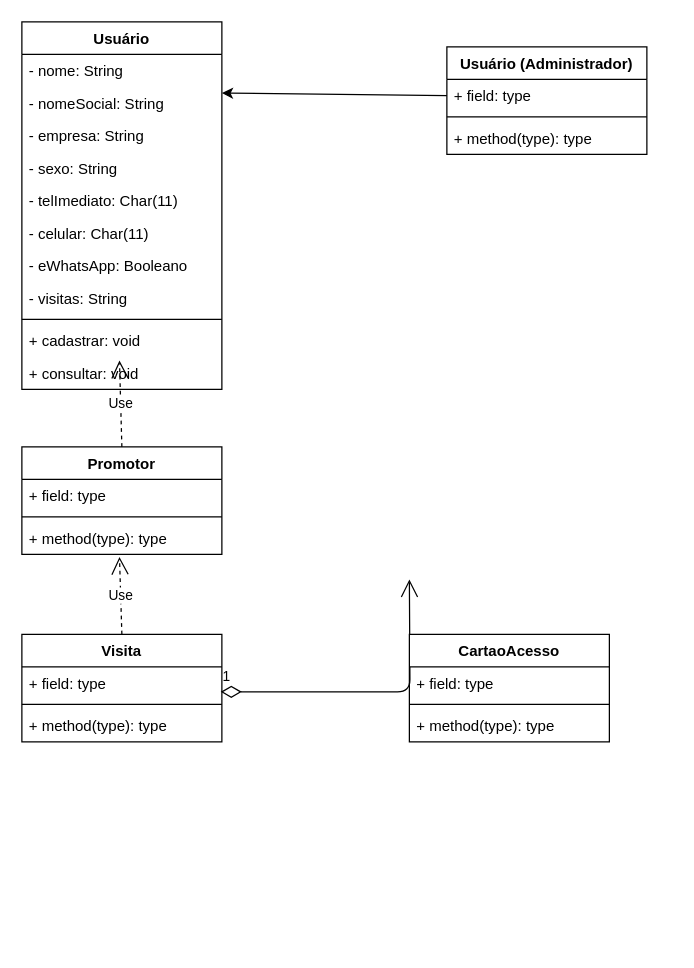
Earlier version of the draw.io diagram Untitled Diagram.drawio (rafaelrodrigopa/developer-roadmap). Source tidied: cells renumbered, new cells numbered last; positions are measured from the earlier drawing's top-left corner, leaving out a move shared by most shapes. Both pictures are drawn from the tidied source at 125%, with x=0, y=0 at pixel (21, 21).
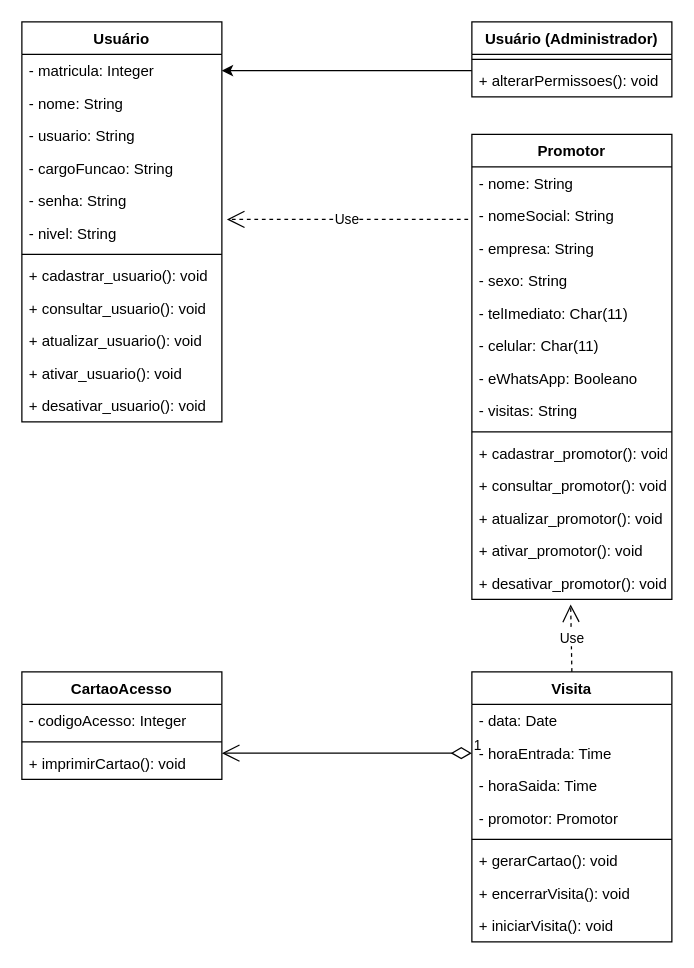
The same diagram, later.

The edit, as a diff of the source:
```diff
@@
     <mxCell id="2" value="Usuário" style="swimlane;fontStyle=1;align=center;verticalAlign=top;horizontal=1;startSize=26;" parent="1" vertex="1">
-      <mxGeometry width="160" height="294" as="geometry" />
+      <mxGeometry width="160" height="320" as="geometry" />
     </mxCell>
-    <mxCell id="3" value="- nome: String" style="text;strokeColor=none;fillColor=none;align=left;verticalAlign=top;spacingLeft=4;spacingRight=4;overflow=hidden;points=[[0,0.5],[1,0.5]];portConstraint=eastwest;" parent="2" vertex="1">
+    <mxCell id="3" value="- matricula: Integer" style="text;strokeColor=none;fillColor=none;align=left;verticalAlign=top;spacingLeft=4;spacingRight=4;overflow=hidden;points=[[0,0.5],[1,0.5]];portConstraint=eastwest;" parent="2" vertex="1">
       <mxGeometry y="26" width="160" height="26" as="geometry" />
     </mxCell>
-    <mxCell id="4" value="- nomeSocial: String" style="text;strokeColor=none;fillColor=none;align=left;verticalAlign=top;spacingLeft=4;spacingRight=4;overflow=hidden;points=[[0,0.5],[1,0.5]];portConstraint=eastwest;" parent="2" vertex="1">
+    <mxCell id="4" value="- nome: String" style="text;strokeColor=none;fillColor=none;align=left;verticalAlign=top;spacingLeft=4;spacingRight=4;overflow=hidden;points=[[0,0.5],[1,0.5]];portConstraint=eastwest;" parent="2" vertex="1">
       <mxGeometry y="52" width="160" height="26" as="geometry" />
     </mxCell>
-    <mxCell id="5" value="- empresa: String" style="text;strokeColor=none;fillColor=none;align=left;verticalAlign=top;spacingLeft=4;spacingRight=4;overflow=hidden;" parent="2" vertex="1">
+    <mxCell id="5" value="- usuario: String" style="text;strokeColor=none;fillColor=none;align=left;verticalAlign=top;spacingLeft=4;spacingRight=4;overflow=hidden;" parent="2" vertex="1">
       <mxGeometry y="78" width="160" height="26" as="geometry" />
     </mxCell>
-    <mxCell id="6" value="- sexo: String" style="text;strokeColor=none;fillColor=none;align=left;verticalAlign=top;spacingLeft=4;spacingRight=4;overflow=hidden;" parent="2" vertex="1">
+    <mxCell id="6" value="- cargoFuncao: String" style="text;strokeColor=none;fillColor=none;align=left;verticalAlign=top;spacingLeft=4;spacingRight=4;overflow=hidden;" parent="2" vertex="1">
       <mxGeometry y="104" width="160" height="26" as="geometry" />
     </mxCell>
-    <mxCell id="7" value="- telImediato: Char(11)" style="text;strokeColor=none;fillColor=none;align=left;verticalAlign=top;spacingLeft=4;spacingRight=4;overflow=hidden;" parent="2" vertex="1">
+    <mxCell id="7" value="- senha: String" style="text;strokeColor=none;fillColor=none;align=left;verticalAlign=top;spacingLeft=4;spacingRight=4;overflow=hidden;" parent="2" vertex="1">
       <mxGeometry y="130" width="160" height="26" as="geometry" />
     </mxCell>
-    <mxCell id="8" value="- celular: Char(11)" style="text;strokeColor=none;fillColor=none;align=left;verticalAlign=top;spacingLeft=4;spacingRight=4;overflow=hidden;points=[[0,0.5],[1,0.5]];portConstraint=eastwest;" parent="2" vertex="1">
+    <mxCell id="8" value="- nivel: String" style="text;strokeColor=none;fillColor=none;align=left;verticalAlign=top;spacingLeft=4;spacingRight=4;overflow=hidden;points=[[0,0.5],[1,0.5]];portConstraint=eastwest;" parent="2" vertex="1">
       <mxGeometry y="156" width="160" height="26" as="geometry" />
     </mxCell>
-    <mxCell id="9" value="- eWhatsApp: Booleano" style="text;strokeColor=none;fillColor=none;align=left;verticalAlign=top;spacingLeft=4;spacingRight=4;overflow=hidden;" parent="2" vertex="1">
-      <mxGeometry y="182" width="160" height="26" as="geometry" />
-    </mxCell>
-    <mxCell id="10" value="- visitas: String" style="text;strokeColor=none;fillColor=none;align=left;verticalAlign=top;spacingLeft=4;spacingRight=4;overflow=hidden;" parent="2" vertex="1">
-      <mxGeometry y="208" width="160" height="26" as="geometry" />
-    </mxCell>
     <mxCell id="11" style="line;strokeWidth=1;fillColor=none;align=left;verticalAlign=middle;spacingTop=-1;spacingLeft=3;spacingRight=3;labelPosition=right;" parent="2" vertex="1">
-      <mxGeometry y="234" width="160" height="8" as="geometry" />
+      <mxGeometry y="182" width="160" height="8" as="geometry" />
     </mxCell>
-    <mxCell id="12" value="+ cadastrar: void" style="text;strokeColor=none;fillColor=none;align=left;verticalAlign=top;spacingLeft=4;spacingRight=4;overflow=hidden;points=[[0,0.5],[1,0.5]];portConstraint=eastwest;" parent="2" vertex="1">
-      <mxGeometry y="242" width="160" height="26" as="geometry" />
+    <mxCell id="12" value="+ cadastrar_usuario(): void" style="text;strokeColor=none;fillColor=none;align=left;verticalAlign=top;spacingLeft=4;spacingRight=4;overflow=hidden;points=[[0,0.5],[1,0.5]];portConstraint=eastwest;" parent="2" vertex="1">
+      <mxGeometry y="190" width="160" height="26" as="geometry" />
     </mxCell>
-    <mxCell id="13" value="+ consultar: void" style="text;strokeColor=none;fillColor=none;align=left;verticalAlign=top;spacingLeft=4;spacingRight=4;overflow=hidden;" parent="2" vertex="1">
-      <mxGeometry y="268" width="160" height="26" as="geometry" />
+    <mxCell id="13" value="+ consultar_usuario(): void" style="text;strokeColor=none;fillColor=none;align=left;verticalAlign=top;spacingLeft=4;spacingRight=4;overflow=hidden;" parent="2" vertex="1">
+      <mxGeometry y="216" width="160" height="26" as="geometry" />
     </mxCell>
+    <mxCell id="34" value="+ atualizar_usuario(): void" style="text;strokeColor=none;fillColor=none;align=left;verticalAlign=top;spacingLeft=4;spacingRight=4;overflow=hidden;" parent="2" vertex="1">
+      <mxGeometry y="242" width="160" height="26" as="geometry" />
+    </mxCell>
+    <mxCell id="35" value="+ ativar_usuario(): void" style="text;strokeColor=none;fillColor=none;align=left;verticalAlign=top;spacingLeft=4;spacingRight=4;overflow=hidden;" parent="2" vertex="1">
+      <mxGeometry y="268" width="160" height="26" as="geometry" />
+    </mxCell>
+    <mxCell id="36" value="+ desativar_usuario(): void" style="text;strokeColor=none;fillColor=none;align=left;verticalAlign=top;spacingLeft=4;spacingRight=4;overflow=hidden;" parent="2" vertex="1">
+      <mxGeometry y="294" width="160" height="26" as="geometry" />
+    </mxCell>
-    <mxCell id="14" style="endArrow=classic;html=1;entryX=1;entryY=0.192;entryDx=0;entryDy=0;entryPerimeter=0;exitX=0;exitY=0.5;exitDx=0;exitDy=0;" parent="1" edge="1" source="16" target="4">
-      <mxGeometry relative="1" as="geometry" />
+    <mxCell id="14" style="endArrow=classic;html=1;entryX=1;entryY=0.5;entryDx=0;entryDy=0;exitX=0;exitY=0.5;exitDx=0;exitDy=0;" parent="1" edge="1" target="3">
+      <mxGeometry relative="1" as="geometry">
+        <mxPoint x="360" y="39" as="sourcePoint" />
+      </mxGeometry>
     </mxCell>
-    <mxCell id="15" value="Usuário (Administrador)" style="swimlane;fontStyle=1;align=center;verticalAlign=top;horizontal=1;startSize=26;" parent="1" vertex="1">
-      <mxGeometry x="340" y="20" width="160" height="86" as="geometry" />
-    </mxCell>
-    <mxCell id="16" value="+ field: type" style="text;strokeColor=none;fillColor=none;align=left;verticalAlign=top;spacingLeft=4;spacingRight=4;overflow=hidden;points=[[0,0.5],[1,0.5]];portConstraint=eastwest;" parent="15" vertex="1">
-      <mxGeometry y="26" width="160" height="26" as="geometry" />
-    </mxCell>
-    <mxCell id="17" style="line;strokeWidth=1;fillColor=none;align=left;verticalAlign=middle;spacingTop=-1;spacingLeft=3;spacingRight=3;labelPosition=right;" parent="15" vertex="1">
-      <mxGeometry y="52" width="160" height="8" as="geometry" />
-    </mxCell>
-    <mxCell id="18" value="+ method(type): type" style="text;strokeColor=none;fillColor=none;align=left;verticalAlign=top;spacingLeft=4;spacingRight=4;overflow=hidden;" parent="15" vertex="1">
-      <mxGeometry y="60" width="160" height="26" as="geometry" />
-    </mxCell>
-    <mxCell id="19" value="Use" style="endArrow=open;endSize=12;dashed=1;html=1;entryX=0.488;entryY=1.115;entryDx=0;entryDy=0;entryPerimeter=0;exitX=0.5;exitY=0;exitDx=0;exitDy=0;" parent="1" edge="1" source="30" target="12">
-      <mxGeometry relative="1" as="geometry" />
+    <mxCell id="19" value="Use" style="endArrow=open;endSize=12;dashed=1;html=1;entryX=1.025;entryY=0.077;entryDx=0;entryDy=0;entryPerimeter=0;" parent="1" edge="1" target="8">
+      <mxGeometry relative="1" as="geometry">
+        <mxPoint x="357" y="158" as="sourcePoint" />
+      </mxGeometry>
     </mxCell>
-    <mxCell id="20" value="Use" style="endArrow=open;endSize=12;dashed=1;html=1;exitX=0.5;exitY=0;exitDx=0;exitDy=0;entryX=0.488;entryY=1.077;entryDx=0;entryDy=0;entryPerimeter=0;" parent="1" edge="1" source="22" target="33">
+    <mxCell id="20" value="Use" style="endArrow=open;endSize=12;dashed=1;html=1;exitX=0.5;exitY=0;exitDx=0;exitDy=0;entryX=0.494;entryY=1.154;entryDx=0;entryDy=0;entryPerimeter=0;" parent="1" edge="1" source="22" target="48">
       <mxGeometry relative="1" as="geometry" />
     </mxCell>
-    <mxCell id="21" value="1" style="endArrow=open;html=1;endSize=12;startArrow=diamondThin;startSize=14;startFill=0;edgeStyle=orthogonalEdgeStyle;align=left;verticalAlign=bottom;exitX=0.994;exitY=0.769;exitDx=0;exitDy=0;exitPerimeter=0;" parent="1" edge="1" source="23">
+    <mxCell id="21" value="1" style="endArrow=open;html=1;endSize=12;startArrow=diamondThin;startSize=14;startFill=0;edgeStyle=orthogonalEdgeStyle;align=left;verticalAlign=bottom;entryX=1;entryY=0.5;entryDx=0;entryDy=0;exitX=0;exitY=0.5;exitDx=0;exitDy=0;" parent="1" edge="1" source="49">
       <mxGeometry x="-1" y="3" relative="1" as="geometry">
-        <mxPoint x="310" y="446" as="targetPoint" />
+        <mxPoint x="160" y="585" as="targetPoint" />
       </mxGeometry>
     </mxCell>
+    <mxCell id="15" value="Usuário (Administrador)" style="swimlane;fontStyle=1;align=center;verticalAlign=top;horizontal=1;startSize=26;" parent="1" vertex="1">
+      <mxGeometry x="360" width="160" height="60" as="geometry" />
+    </mxCell>
+    <mxCell id="17" style="line;strokeWidth=1;fillColor=none;align=left;verticalAlign=middle;spacingTop=-1;spacingLeft=3;spacingRight=3;labelPosition=right;" parent="15" vertex="1">
+      <mxGeometry y="26" width="160" height="8" as="geometry" />
+    </mxCell>
+    <mxCell id="18" value="+ alterarPermissoes(): void" style="text;strokeColor=none;fillColor=none;align=left;verticalAlign=top;spacingLeft=4;spacingRight=4;overflow=hidden;" parent="15" vertex="1">
+      <mxGeometry y="34" width="160" height="26" as="geometry" />
+    </mxCell>
+    <mxCell id="30" value="Promotor" style="swimlane;fontStyle=1;align=center;verticalAlign=top;horizontal=1;startSize=26;" parent="1" vertex="1">
+      <mxGeometry x="360" y="90" width="160" height="372" as="geometry" />
+    </mxCell>
+    <mxCell id="37" value="- nome: String" style="text;strokeColor=none;fillColor=none;align=left;verticalAlign=top;spacingLeft=4;spacingRight=4;overflow=hidden;" parent="30" vertex="1">
+      <mxGeometry y="26" width="160" height="26" as="geometry" />
+    </mxCell>
+    <mxCell id="38" value="- nomeSocial: String" style="text;strokeColor=none;fillColor=none;align=left;verticalAlign=top;spacingLeft=4;spacingRight=4;overflow=hidden;" parent="30" vertex="1">
+      <mxGeometry y="52" width="160" height="26" as="geometry" />
+    </mxCell>
+    <mxCell id="39" value="- empresa: String" style="text;strokeColor=none;fillColor=none;align=left;verticalAlign=top;spacingLeft=4;spacingRight=4;overflow=hidden;" parent="30" vertex="1">
+      <mxGeometry y="78" width="160" height="26" as="geometry" />
+    </mxCell>
+    <mxCell id="40" value="- sexo: String" style="text;strokeColor=none;fillColor=none;align=left;verticalAlign=top;spacingLeft=4;spacingRight=4;overflow=hidden;" parent="30" vertex="1">
+      <mxGeometry y="104" width="160" height="26" as="geometry" />
+    </mxCell>
+    <mxCell id="41" value="- telImediato: Char(11)" style="text;strokeColor=none;fillColor=none;align=left;verticalAlign=top;spacingLeft=4;spacingRight=4;overflow=hidden;" parent="30" vertex="1">
+      <mxGeometry y="130" width="160" height="26" as="geometry" />
+    </mxCell>
+    <mxCell id="42" value="- celular: Char(11)" style="text;strokeColor=none;fillColor=none;align=left;verticalAlign=top;spacingLeft=4;spacingRight=4;overflow=hidden;" parent="30" vertex="1">
+      <mxGeometry y="156" width="160" height="26" as="geometry" />
+    </mxCell>
+    <mxCell id="9" value="- eWhatsApp: Booleano" style="text;strokeColor=none;fillColor=none;align=left;verticalAlign=top;spacingLeft=4;spacingRight=4;overflow=hidden;" parent="30" vertex="1">
+      <mxGeometry y="182" width="160" height="26" as="geometry" />
+    </mxCell>
+    <mxCell id="10" value="- visitas: String" style="text;strokeColor=none;fillColor=none;align=left;verticalAlign=top;spacingLeft=4;spacingRight=4;overflow=hidden;" parent="30" vertex="1">
+      <mxGeometry y="208" width="160" height="26" as="geometry" />
+    </mxCell>
+    <mxCell id="43" style="line;strokeWidth=1;fillColor=none;align=left;verticalAlign=middle;spacingTop=-1;spacingLeft=3;spacingRight=3;labelPosition=right;" parent="30" vertex="1">
+      <mxGeometry y="234" width="160" height="8" as="geometry" />
+    </mxCell>
+    <mxCell id="44" value="+ cadastrar_promotor(): void" style="text;strokeColor=none;fillColor=none;align=left;verticalAlign=top;spacingLeft=4;spacingRight=4;overflow=hidden;" parent="30" vertex="1">
+      <mxGeometry y="242" width="160" height="26" as="geometry" />
+    </mxCell>
+    <mxCell id="45" value="+ consultar_promotor(): void" style="text;strokeColor=none;fillColor=none;align=left;verticalAlign=top;spacingLeft=4;spacingRight=4;overflow=hidden;" parent="30" vertex="1">
+      <mxGeometry y="268" width="160" height="26" as="geometry" />
+    </mxCell>
+    <mxCell id="46" value="+ atualizar_promotor(): void" style="text;strokeColor=none;fillColor=none;align=left;verticalAlign=top;spacingLeft=4;spacingRight=4;overflow=hidden;" parent="30" vertex="1">
+      <mxGeometry y="294" width="160" height="26" as="geometry" />
+    </mxCell>
+    <mxCell id="47" value="+ ativar_promotor(): void" style="text;strokeColor=none;fillColor=none;align=left;verticalAlign=top;spacingLeft=4;spacingRight=4;overflow=hidden;" parent="30" vertex="1">
+      <mxGeometry y="320" width="160" height="26" as="geometry" />
+    </mxCell>
+    <mxCell id="48" value="+ desativar_promotor(): void" style="text;strokeColor=none;fillColor=none;align=left;verticalAlign=top;spacingLeft=4;spacingRight=4;overflow=hidden;points=[[0,0.5],[1,0.5]];portConstraint=eastwest;" parent="30" vertex="1">
+      <mxGeometry y="346" width="160" height="26" as="geometry" />
+    </mxCell>
     <mxCell id="22" value="Visita" style="swimlane;fontStyle=1;align=center;verticalAlign=top;horizontal=1;startSize=26;" parent="1" vertex="1">
-      <mxGeometry y="490" width="160" height="86" as="geometry" />
+      <mxGeometry x="360" y="520" width="160" height="216" as="geometry" />
     </mxCell>
-    <mxCell id="23" value="+ field: type" style="text;strokeColor=none;fillColor=none;align=left;verticalAlign=top;spacingLeft=4;spacingRight=4;overflow=hidden;points=[[0,0.5],[1,0.5]];portConstraint=eastwest;" parent="22" vertex="1">
+    <mxCell id="23" value="- data: Date" style="text;strokeColor=none;fillColor=none;align=left;verticalAlign=top;spacingLeft=4;spacingRight=4;overflow=hidden;points=[[0,0.5],[1,0.5]];portConstraint=eastwest;" parent="22" vertex="1">
       <mxGeometry y="26" width="160" height="26" as="geometry" />
     </mxCell>
+    <mxCell id="49" value="- horaEntrada: Time" style="text;strokeColor=none;fillColor=none;align=left;verticalAlign=top;spacingLeft=4;spacingRight=4;overflow=hidden;points=[[0,0.5],[1,0.5]];portConstraint=eastwest;" parent="22" vertex="1">
+      <mxGeometry y="52" width="160" height="26" as="geometry" />
+    </mxCell>
+    <mxCell id="50" value="- horaSaida: Time" style="text;strokeColor=none;fillColor=none;align=left;verticalAlign=top;spacingLeft=4;spacingRight=4;overflow=hidden;" parent="22" vertex="1">
+      <mxGeometry y="78" width="160" height="26" as="geometry" />
+    </mxCell>
+    <mxCell id="51" value="- promotor: Promotor" style="text;strokeColor=none;fillColor=none;align=left;verticalAlign=top;spacingLeft=4;spacingRight=4;overflow=hidden;" parent="22" vertex="1">
+      <mxGeometry y="104" width="160" height="26" as="geometry" />
+    </mxCell>
     <mxCell id="24" style="line;strokeWidth=1;fillColor=none;align=left;verticalAlign=middle;spacingTop=-1;spacingLeft=3;spacingRight=3;labelPosition=right;" parent="22" vertex="1">
-      <mxGeometry y="52" width="160" height="8" as="geometry" />
+      <mxGeometry y="130" width="160" height="8" as="geometry" />
     </mxCell>
-    <mxCell id="25" value="+ method(type): type" style="text;strokeColor=none;fillColor=none;align=left;verticalAlign=top;spacingLeft=4;spacingRight=4;overflow=hidden;" parent="22" vertex="1">
-      <mxGeometry y="60" width="160" height="26" as="geometry" />
+    <mxCell id="25" value="+ gerarCartao(): void" style="text;strokeColor=none;fillColor=none;align=left;verticalAlign=top;spacingLeft=4;spacingRight=4;overflow=hidden;" parent="22" vertex="1">
+      <mxGeometry y="138" width="160" height="26" as="geometry" />
     </mxCell>
+    <mxCell id="52" value="+ encerrarVisita(): void" style="text;strokeColor=none;fillColor=none;align=left;verticalAlign=top;spacingLeft=4;spacingRight=4;overflow=hidden;" parent="22" vertex="1">
+      <mxGeometry y="164" width="160" height="26" as="geometry" />
+    </mxCell>
+    <mxCell id="53" value="+ iniciarVisita(): void" style="text;strokeColor=none;fillColor=none;align=left;verticalAlign=top;spacingLeft=4;spacingRight=4;overflow=hidden;" parent="22" vertex="1">
+      <mxGeometry y="190" width="160" height="26" as="geometry" />
+    </mxCell>
     <mxCell id="26" value="CartaoAcesso" style="swimlane;fontStyle=1;align=center;verticalAlign=top;horizontal=1;startSize=26;" parent="1" vertex="1">
-      <mxGeometry x="310" y="490" width="160" height="86" as="geometry" />
+      <mxGeometry y="520" width="160" height="86" as="geometry" />
     </mxCell>
-    <mxCell id="27" value="+ field: type" style="text;strokeColor=none;fillColor=none;align=left;verticalAlign=top;spacingLeft=4;spacingRight=4;overflow=hidden;" parent="26" vertex="1">
-      <mxGeometry y="26" width="160" height="26" as="geometry" />
-    </mxCell>
+    <mxCell id="54" value="- codigoAcesso: Integer" style="text;strokeColor=none;fillColor=none;align=left;verticalAlign=top;spacingLeft=4;spacingRight=4;overflow=hidden;" parent="26" vertex="1">
+      <mxGeometry y="26" width="160" height="26" as="geometry" />
+    </mxCell>
@@
-    <mxCell id="29" value="+ method(type): type" style="text;strokeColor=none;fillColor=none;align=left;verticalAlign=top;spacingLeft=4;spacingRight=4;overflow=hidden;" parent="26" vertex="1">
+    <mxCell id="29" value="+ imprimirCartao(): void" style="text;strokeColor=none;fillColor=none;align=left;verticalAlign=top;spacingLeft=4;spacingRight=4;overflow=hidden;" parent="26" vertex="1">
       <mxGeometry y="60" width="160" height="26" as="geometry" />
     </mxCell>
-    <mxCell id="30" value="Promotor" style="swimlane;fontStyle=1;align=center;verticalAlign=top;horizontal=1;startSize=26;" parent="1" vertex="1">
-      <mxGeometry y="340" width="160" height="86" as="geometry" />
-    </mxCell>
-    <mxCell id="31" value="+ field: type" style="text;strokeColor=none;fillColor=none;align=left;verticalAlign=top;spacingLeft=4;spacingRight=4;overflow=hidden;" parent="30" vertex="1">
-      <mxGeometry y="26" width="160" height="26" as="geometry" />
-    </mxCell>
-    <mxCell id="32" style="line;strokeWidth=1;fillColor=none;align=left;verticalAlign=middle;spacingTop=-1;spacingLeft=3;spacingRight=3;labelPosition=right;" parent="30" vertex="1">
-      <mxGeometry y="52" width="160" height="8" as="geometry" />
-    </mxCell>
-    <mxCell id="33" value="+ method(type): type" style="text;strokeColor=none;fillColor=none;align=left;verticalAlign=top;spacingLeft=4;spacingRight=4;overflow=hidden;points=[[0,0.5],[1,0.5]];portConstraint=eastwest;" parent="30" vertex="1">
-      <mxGeometry y="60" width="160" height="26" as="geometry" />
-    </mxCell>
```
